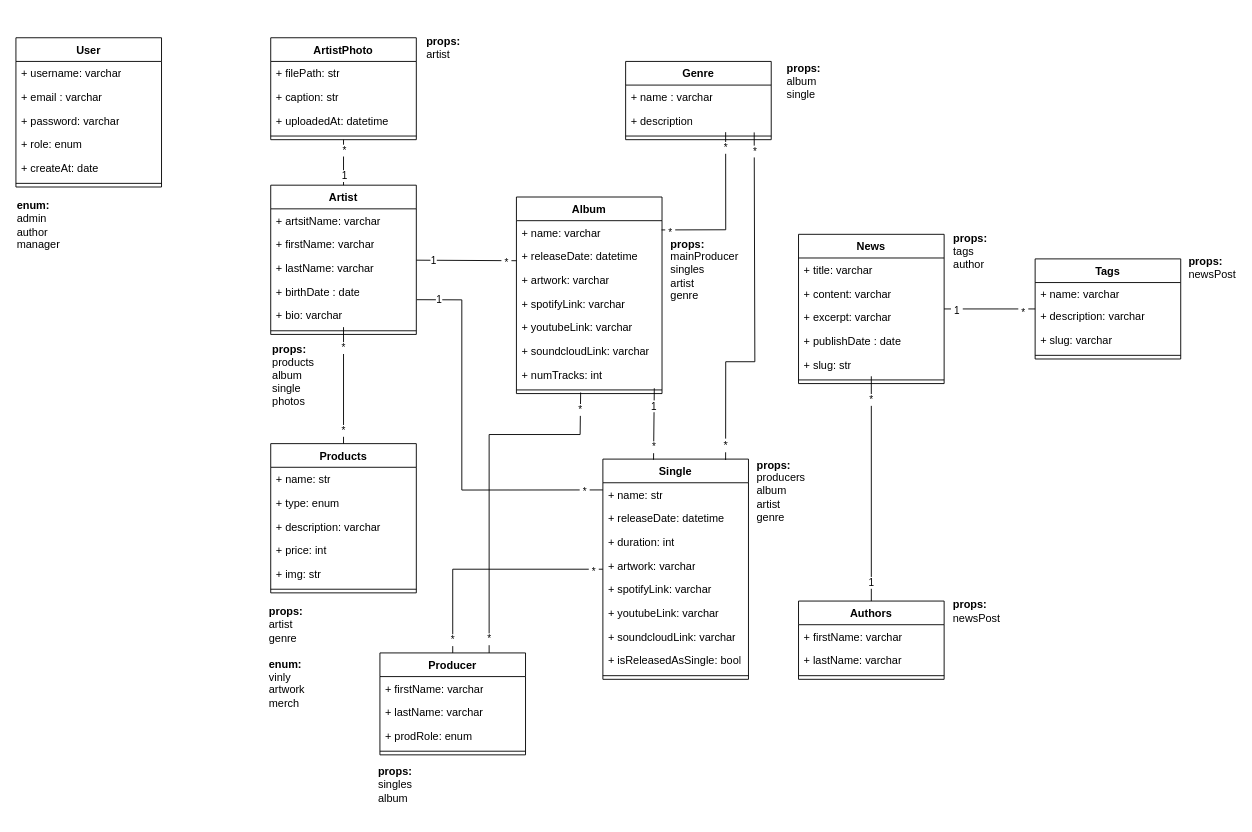
Above: page "UML" (1 of 2) of doc/Miserecord.drawio in Dvles/miserecord (draw.io), before the change. Source tidied: cells renumbered, new cells numbered last; positions are measured from the earlier drawing's top-left corner, leaving out a move shared by most shapes. Both pictures are drawn from the tidied source at 91%, with x=0, y=0 at pixel (15, 15).
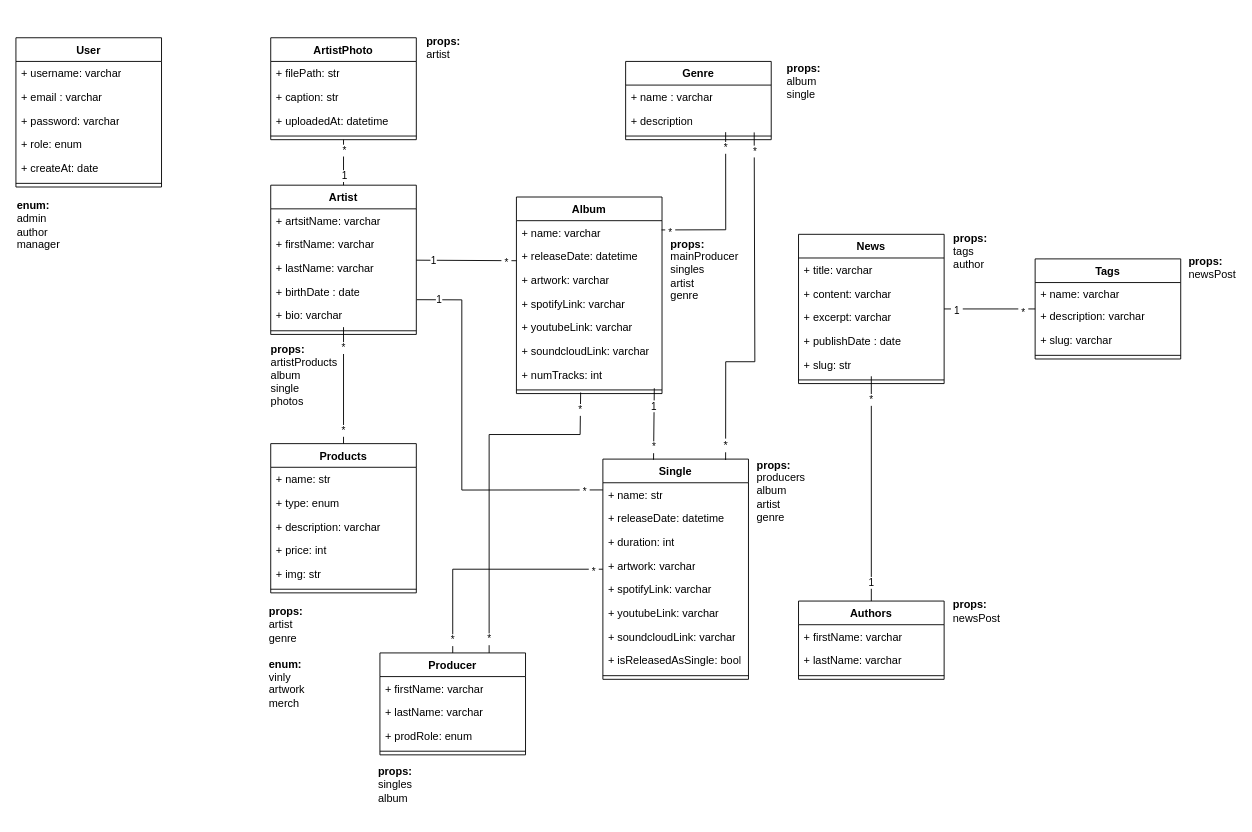
The same page after the edit.

Commit message:
uml prop name update (product -> artistProduct)

Diff of the diagram source:
```diff
@@
-    <mxCell id="109" value="&lt;div align=&quot;left&quot;&gt;&lt;b&gt;props:&lt;/b&gt;&lt;br&gt;products&lt;br&gt;album&lt;br&gt;&lt;/div&gt;&lt;div align=&quot;left&quot;&gt;single&lt;br&gt;photos&lt;br&gt;&lt;/div&gt;" style="text;strokeColor=none;align=center;fillColor=none;html=1;verticalAlign=middle;whiteSpace=wrap;rounded=0;" parent="1" vertex="1">
-      <mxGeometry x="255" y="360" width="100" height="70" as="geometry" />
+    <mxCell id="109" value="&lt;div align=&quot;left&quot;&gt;&lt;b&gt;props:&lt;/b&gt;&lt;br&gt;artistProducts&lt;br&gt;album&lt;br&gt;&lt;/div&gt;&lt;div align=&quot;left&quot;&gt;single&lt;br&gt;photos&lt;br&gt;&lt;/div&gt;" style="text;strokeColor=none;align=center;fillColor=none;html=1;verticalAlign=middle;whiteSpace=wrap;rounded=0;" parent="1" vertex="1">
+      <mxGeometry x="267" y="360" width="100" height="70" as="geometry" />
     </mxCell>
```
